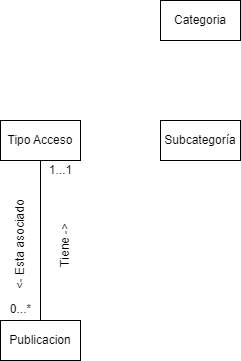
Seletex/DOO-Hola-Personal keeps this draw.io diagram as ModeloDeDominio.drawio.png. Above is the earlier version. Source tidied: cells renumbered, new cells last; positions are measured from the earlier drawing's top-left corner, leaving out a move shared by most shapes.
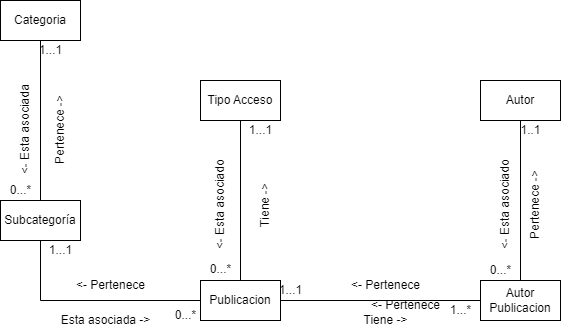
The same file after the commit.

What changed in the source:
```diff
@@ -8,12 +8,25 @@
     <mxCell id="3" value="Tipo Acceso" style="rounded=0;whiteSpace=wrap;html=1;" parent="1" vertex="1">
       <mxGeometry x="35" y="120" width="80" height="40" as="geometry" />
     </mxCell>
+    <mxCell id="11" style="edgeStyle=orthogonalEdgeStyle;rounded=0;jettySize=auto;html=1;endArrow=none;endFill=0;" parent="1" edge="1" source="4" target="5">
+      <mxGeometry relative="1" as="geometry" />
+    </mxCell>
     <mxCell id="4" value="Categoria" style="rounded=0;whiteSpace=wrap;html=1;" parent="1" vertex="1">
-      <mxGeometry x="195" width="80" height="40" as="geometry" />
+      <mxGeometry x="-165" y="40" width="80" height="40" as="geometry" />
     </mxCell>
+    <mxCell id="12" style="edgeStyle=orthogonalEdgeStyle;rounded=0;jettySize=auto;html=1;endArrow=none;endFill=0;" parent="1" edge="1" source="5" target="6">
+      <mxGeometry relative="1" as="geometry">
+        <Array as="points">
+          <mxPoint x="-125" y="340" />
+        </Array>
+      </mxGeometry>
+    </mxCell>
     <mxCell id="5" value="Subcategoría" style="rounded=0;whiteSpace=wrap;html=1;" parent="1" vertex="1">
-      <mxGeometry x="195" y="120" width="80" height="40" as="geometry" />
+      <mxGeometry x="-165" y="240" width="80" height="40" as="geometry" />
     </mxCell>
+    <mxCell id="13" style="edgeStyle=orthogonalEdgeStyle;rounded=0;jettySize=auto;html=1;endArrow=none;endFill=0;" parent="1" edge="1" source="6" target="24">
+      <mxGeometry relative="1" as="geometry" />
+    </mxCell>
     <mxCell id="6" value="Publicacion" style="rounded=0;whiteSpace=wrap;html=1;" parent="1" vertex="1">
       <mxGeometry x="35" y="320" width="80" height="40" as="geometry" />
     </mxCell>
@@ -29,5 +42,65 @@
     <mxCell id="10" value="1...1" style="text;html=1;align=center;verticalAlign=middle;strokeColor=none;fillColor=none;" parent="1" vertex="1">
       <mxGeometry x="70" y="155" width="50" height="30" as="geometry" />
     </mxCell>
+    <mxCell id="14" value="Esta asociada -&amp;gt;" style="text;html=1;align=center;verticalAlign=middle;strokeColor=none;fillColor=none;rotation=0;" parent="1" vertex="1">
+      <mxGeometry x="-115" y="345" width="110" height="30" as="geometry" />
+    </mxCell>
+    <mxCell id="15" value="&amp;lt;- Pertenece" style="text;html=1;align=center;verticalAlign=middle;strokeColor=none;fillColor=none;rotation=0;" parent="1" vertex="1">
+      <mxGeometry x="-100" y="310" width="90" height="30" as="geometry" />
+    </mxCell>
+    <mxCell id="16" value="1...1" style="text;html=1;align=center;verticalAlign=middle;strokeColor=none;fillColor=none;" parent="1" vertex="1">
+      <mxGeometry x="-130" y="275" width="50" height="30" as="geometry" />
+    </mxCell>
+    <mxCell id="17" value="0...*" style="text;html=1;align=center;verticalAlign=middle;strokeColor=none;fillColor=none;" parent="1" vertex="1">
+      <mxGeometry y="340" width="40" height="30" as="geometry" />
+    </mxCell>
+    <mxCell id="18" value="&amp;lt;- Esta asociada" style="text;html=1;align=center;verticalAlign=middle;strokeColor=none;fillColor=none;rotation=-90;" parent="1" vertex="1">
+      <mxGeometry x="-195" y="155" width="110" height="30" as="geometry" />
+    </mxCell>
+    <mxCell id="19" value="Pertenece -&amp;gt;" style="text;html=1;align=center;verticalAlign=middle;strokeColor=none;fillColor=none;rotation=-90;" parent="1" vertex="1">
+      <mxGeometry x="-150" y="155" width="90" height="30" as="geometry" />
+    </mxCell>
+    <mxCell id="20" value="1...1" style="text;html=1;align=center;verticalAlign=middle;strokeColor=none;fillColor=none;" parent="1" vertex="1">
+      <mxGeometry x="-140" y="75" width="50" height="30" as="geometry" />
+    </mxCell>
+    <mxCell id="21" value="0...*" style="text;html=1;align=center;verticalAlign=middle;strokeColor=none;fillColor=none;" parent="1" vertex="1">
+      <mxGeometry x="-165" y="215" width="40" height="30" as="geometry" />
+    </mxCell>
+    <mxCell id="22" style="edgeStyle=orthogonalEdgeStyle;rounded=0;jettySize=auto;html=1;endArrow=none;endFill=0;" parent="1" edge="1" source="23" target="24">
+      <mxGeometry relative="1" as="geometry" />
+    </mxCell>
+    <mxCell id="23" value="Autor" style="rounded=0;whiteSpace=wrap;html=1;" parent="1" vertex="1">
+      <mxGeometry x="315" y="120" width="80" height="40" as="geometry" />
+    </mxCell>
+    <mxCell id="24" value="Autor Publicacion" style="rounded=0;whiteSpace=wrap;html=1;" parent="1" vertex="1">
+      <mxGeometry x="315" y="320" width="80" height="40" as="geometry" />
+    </mxCell>
+    <mxCell id="25" value="&amp;lt;- Pertenece" style="text;html=1;align=center;verticalAlign=middle;strokeColor=none;fillColor=none;rotation=0;" parent="1" vertex="1">
+      <mxGeometry x="175" y="310" width="90" height="30" as="geometry" />
+    </mxCell>
+    <mxCell id="26" value="1...1" style="text;html=1;align=center;verticalAlign=middle;strokeColor=none;fillColor=none;" parent="1" vertex="1">
+      <mxGeometry x="100" y="315" width="50" height="30" as="geometry" />
+    </mxCell>
+    <mxCell id="27" value="Tiene -&amp;gt;" style="text;html=1;align=center;verticalAlign=middle;strokeColor=none;fillColor=none;rotation=0;" parent="1" vertex="1">
+      <mxGeometry x="185" y="345" width="70" height="30" as="geometry" />
+    </mxCell>
+    <mxCell id="28" value="1...*" style="text;html=1;align=center;verticalAlign=middle;strokeColor=none;fillColor=none;" parent="1" vertex="1">
+      <mxGeometry x="275" y="335" width="40" height="30" as="geometry" />
+    </mxCell>
+    <mxCell id="29" value="&amp;lt;- Esta asociado" style="text;html=1;align=center;verticalAlign=middle;strokeColor=none;fillColor=none;rotation=-90;" parent="1" vertex="1">
+      <mxGeometry x="285" y="230" width="110" height="30" as="geometry" />
+    </mxCell>
+    <mxCell id="30" value="&amp;lt;- Pertenece" style="text;html=1;align=center;verticalAlign=middle;strokeColor=none;fillColor=none;rotation=0;" parent="1" vertex="1">
+      <mxGeometry x="195" y="330" width="90" height="30" as="geometry" />
+    </mxCell>
+    <mxCell id="31" value="Pertenece -&amp;gt;" style="text;html=1;align=center;verticalAlign=middle;strokeColor=none;fillColor=none;rotation=-90;" parent="1" vertex="1">
+      <mxGeometry x="325" y="230" width="90" height="30" as="geometry" />
+    </mxCell>
+    <mxCell id="32" value="1..1" style="text;html=1;align=center;verticalAlign=middle;strokeColor=none;fillColor=none;" parent="1" vertex="1">
+      <mxGeometry x="345" y="155" width="40" height="30" as="geometry" />
+    </mxCell>
+    <mxCell id="33" value="0...*" style="text;html=1;align=center;verticalAlign=middle;strokeColor=none;fillColor=none;" parent="1" vertex="1">
+      <mxGeometry x="315" y="295" width="40" height="30" as="geometry" />
+    </mxCell>
   </root>
 </mxGraphModel>
```
